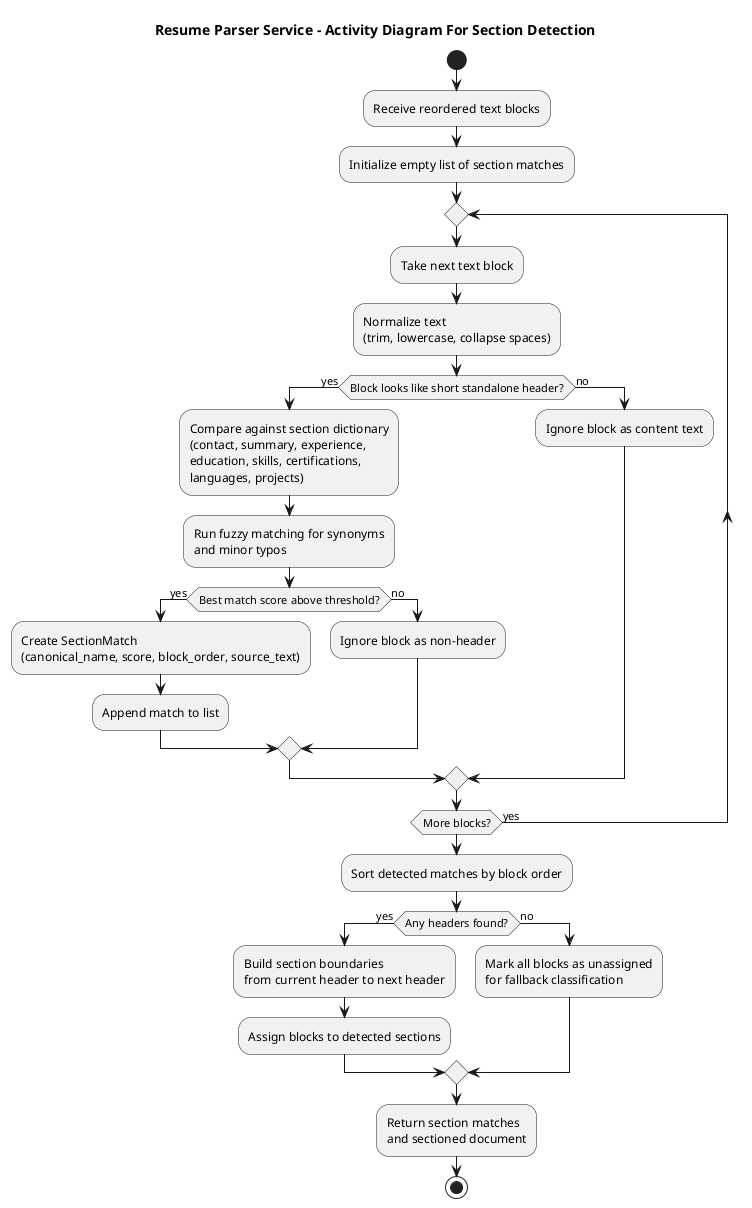
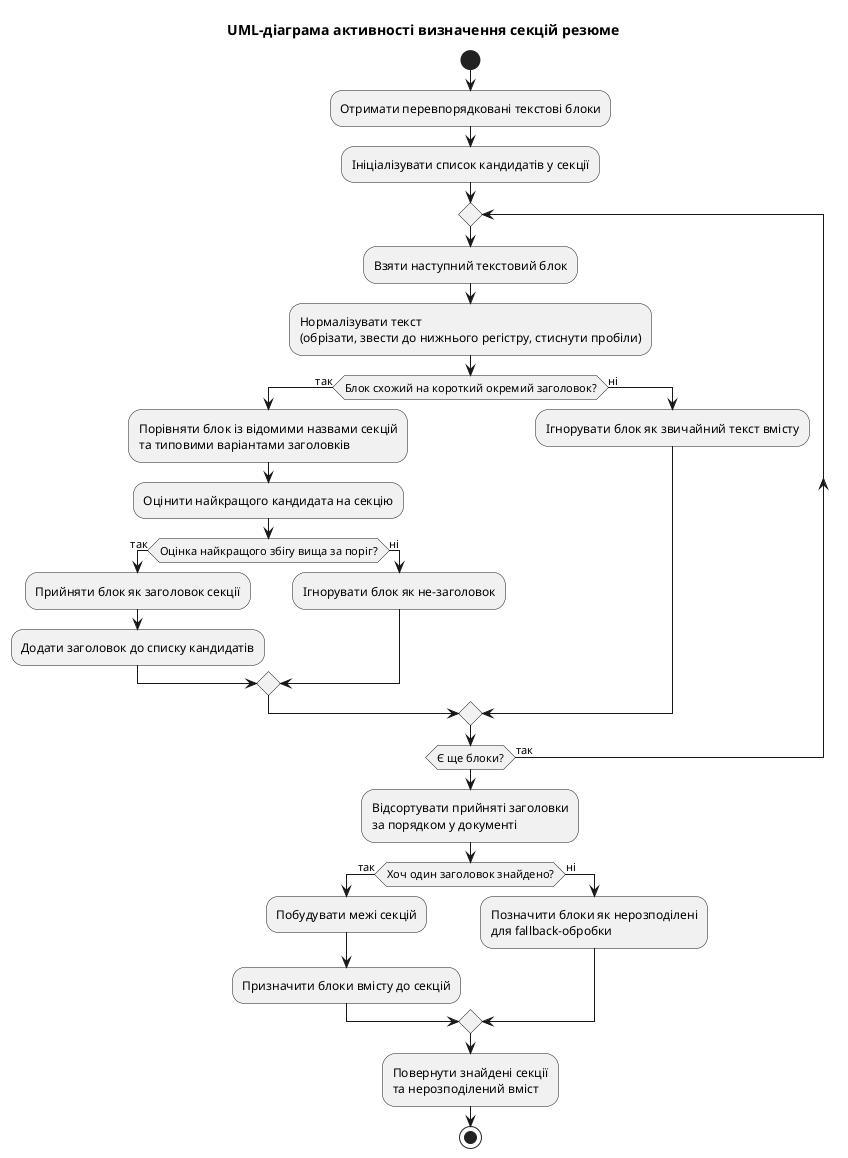
@startuml
- title Resume Parser Service - Activity Diagram For Section Detection
+ title UML-діаграма активності визначення секцій резюме

start

- :Receive reordered text blocks;
- :Initialize empty list of section matches;
+ :Отримати перевпорядковані текстові блоки;
+ :Ініціалізувати список кандидатів у секції;

repeat
-   :Take next text block;
-   :Normalize text\n(trim, lowercase, collapse spaces);
+   :Взяти наступний текстовий блок;
+   :Нормалізувати текст\n(обрізати, звести до нижнього регістру, стиснути пробіли);

-   if (Block looks like short standalone header?) then (yes)
-     :Compare against section dictionary\n(contact, summary, experience,\neducation, skills, certifications,\nlanguages, projects);
-     :Run fuzzy matching for synonyms\nand minor typos;
+   if (Блок схожий на короткий окремий заголовок?) then (так)
+     :Порівняти блок із відомими назвами секцій\nта типовими варіантами заголовків;
+     :Оцінити найкращого кандидата на секцію;

-     if (Best match score above threshold?) then (yes)
-       :Create SectionMatch\n(canonical_name, score, block_order, source_text);
-       :Append match to list;
-     else (no)
-       :Ignore block as non-header;
+     if (Оцінка найкращого збігу вища за поріг?) then (так)
+       :Прийняти блок як заголовок секції;
+       :Додати заголовок до списку кандидатів;
+     else (ні)
+       :Ігнорувати блок як не-заголовок;
    endif
-   else (no)
-     :Ignore block as content text;
+   else (ні)
+     :Ігнорувати блок як звичайний текст вмісту;
  endif

- repeat while (More blocks?) is (yes)
+ repeat while (Є ще блоки?) is (так)

- :Sort detected matches by block order;
+ :Відсортувати прийняті заголовки\nза порядком у документі;

- if (Any headers found?) then (yes)
-   :Build section boundaries\nfrom current header to next header;
-   :Assign blocks to detected sections;
- else (no)
-   :Mark all blocks as unassigned\nfor fallback classification;
+ if (Хоч один заголовок знайдено?) then (так)
+   :Побудувати межі секцій;
+   :Призначити блоки вмісту до секцій;
+ else (ні)
+   :Позначити блоки як нерозподілені\nдля fallback-обробки;
endif

- :Return section matches\nand sectioned document;
+ :Повернути знайдені секції\nта нерозподілений вміст;
stop
@enduml
